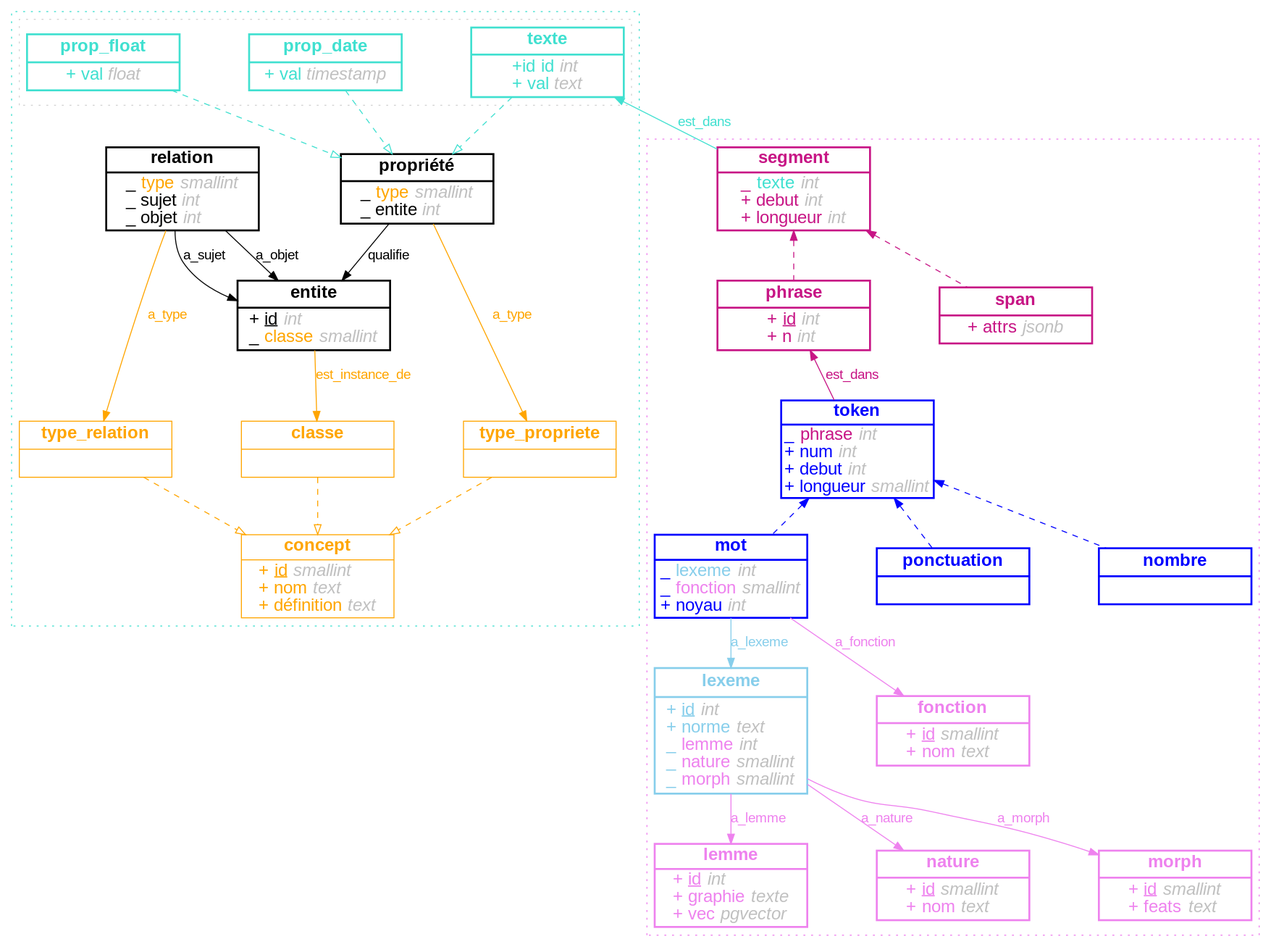
Above: img/diagram_records.dot.png in thjbdvlt/litteralement (Graphviz), before the change. Its source is kept beside it as img/diagram_records.dot.
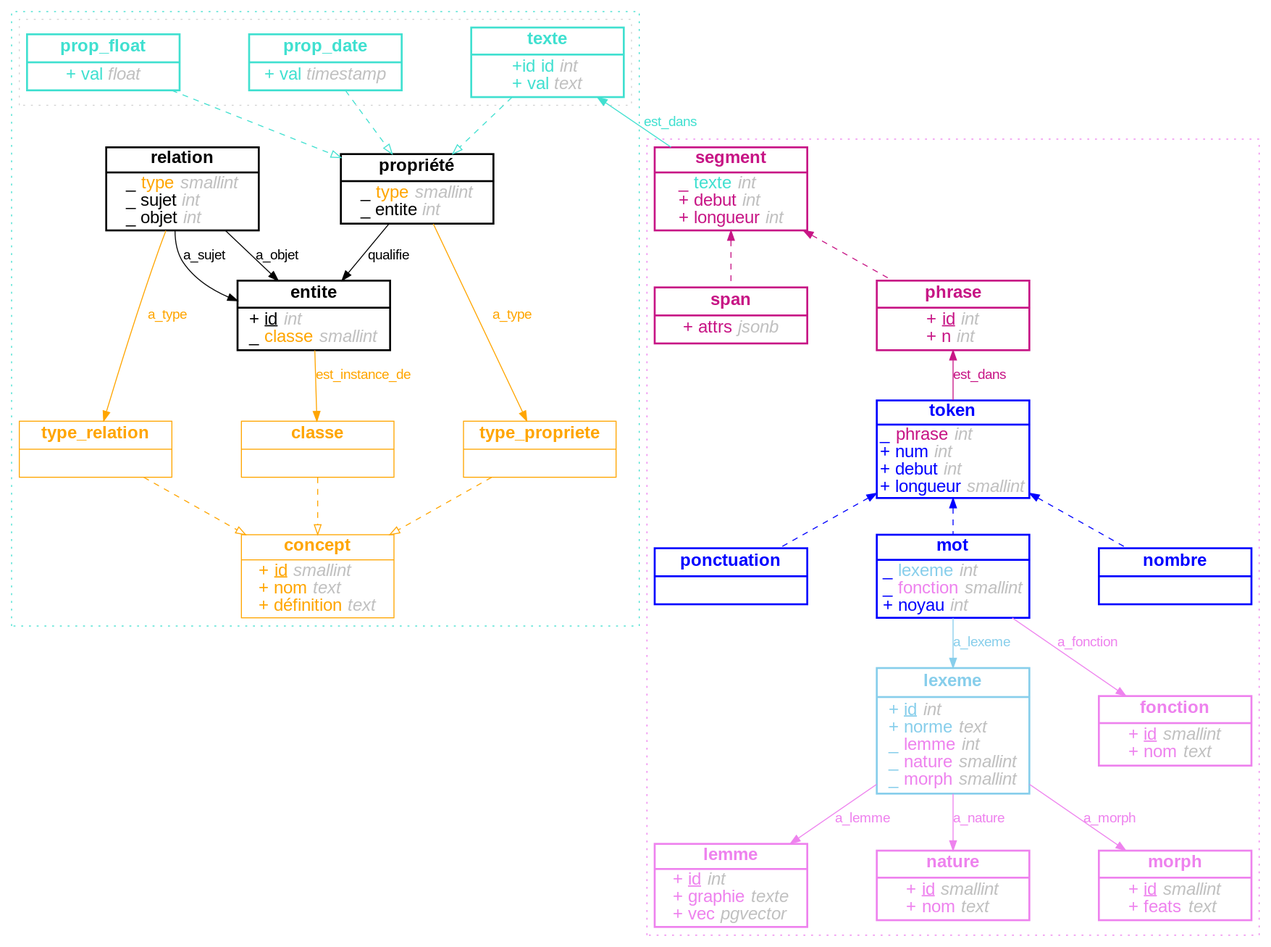
After the change.

Diff of the diagram source:
```diff
@@ -215,6 +215,22 @@
             style=bold
         ]
 
+        span [
+            shape=record
+            label= <{
+<b>span</b> |
++ attrs <i><font color="grey">jsonb</font></i><br align="left"/>
+}>
+            fixedsize=true
+            width=2.2
+            height=0.8
+            fontname=arial
+            fontsize=18
+            fontcolor="mediumvioletred"
+            color="mediumvioletred"
+            style=bold
+        ]
+
         phrase [
             pos="140,385"
             shape=record
@@ -226,23 +242,6 @@
             fixedsize=true
             width=2.2
             height=1.0
-            fontname=arial
-            fontsize=18
-            fontcolor="mediumvioletred"
-            color="mediumvioletred"
-            style=bold
-        ]
-
-        span [
-            pos="140,385"
-            shape=record
-            label= <{
-<b>span</b> |
-+ attrs <i><font color="grey">jsonb</font></i><br align="left"/>
-}>
-            fixedsize=true
-            width=2.2
-            height=0.8
             fontname=arial
             fontsize=18
             fontcolor="mediumvioletred"
@@ -270,6 +269,22 @@
             color="blue"
         ]
 
+        ponctuation [
+            pos="391,122"
+            shape=record
+            label= <{
+<b>ponctuation</b> |
+}>
+            style=bold
+            fixedsize=true
+            width=2.2
+            height=0.8
+            fontname=arial
+            fontsize=18
+            fontcolor="blue"
+            color="blue"
+        ]
+
         mot [
             pos="391,122"
             shape=record
@@ -289,21 +304,6 @@
             color="blue"
         ]
 
-        ponctuation [
-            pos="391,122"
-            shape=record
-            label= <{
-<b>ponctuation</b> |
-}>
-            style=bold
-            fixedsize=true
-            width=2.2
-            height=0.8
-            fontname=arial
-            fontsize=18
-            fontcolor="blue"
-            color="blue"
-        ]
 
         nombre [
             pos="391,122"
```
